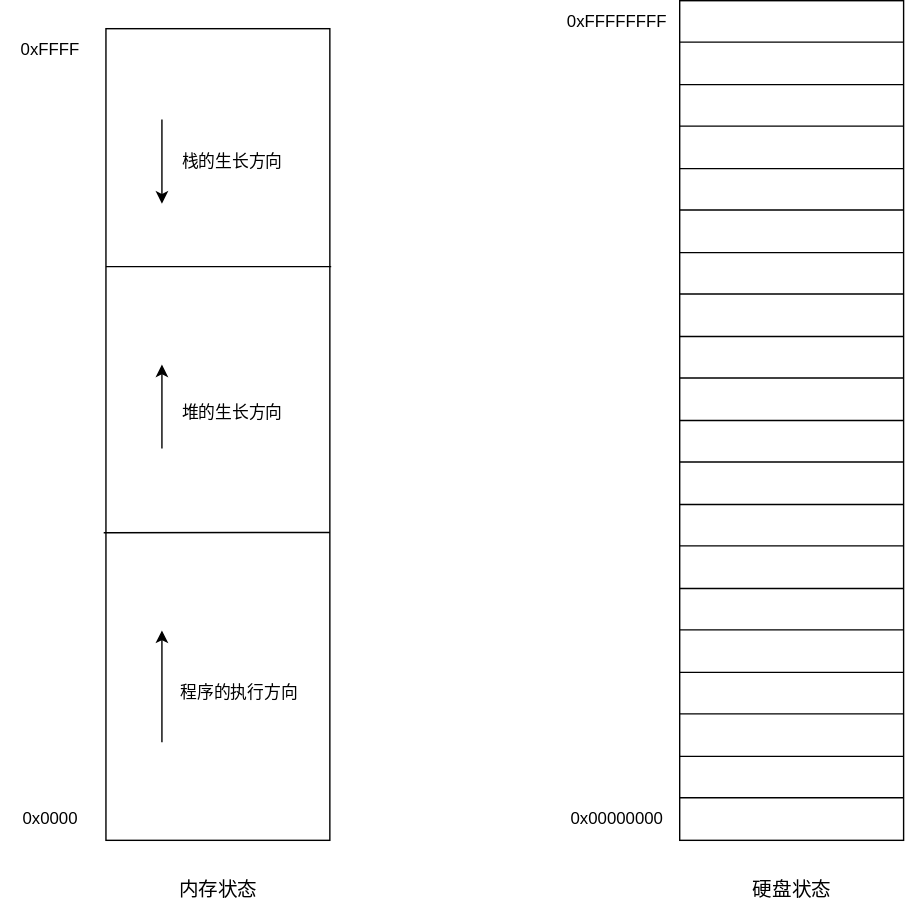
Earlier version of the draw.io export docs/_static/images/illustration-of-stack-and-heap.svg (zhyantao/docs). Source tidied: cells renumbered, new cells last; positions are measured from the earlier drawing's top-left corner, leaving out a move shared by most shapes.
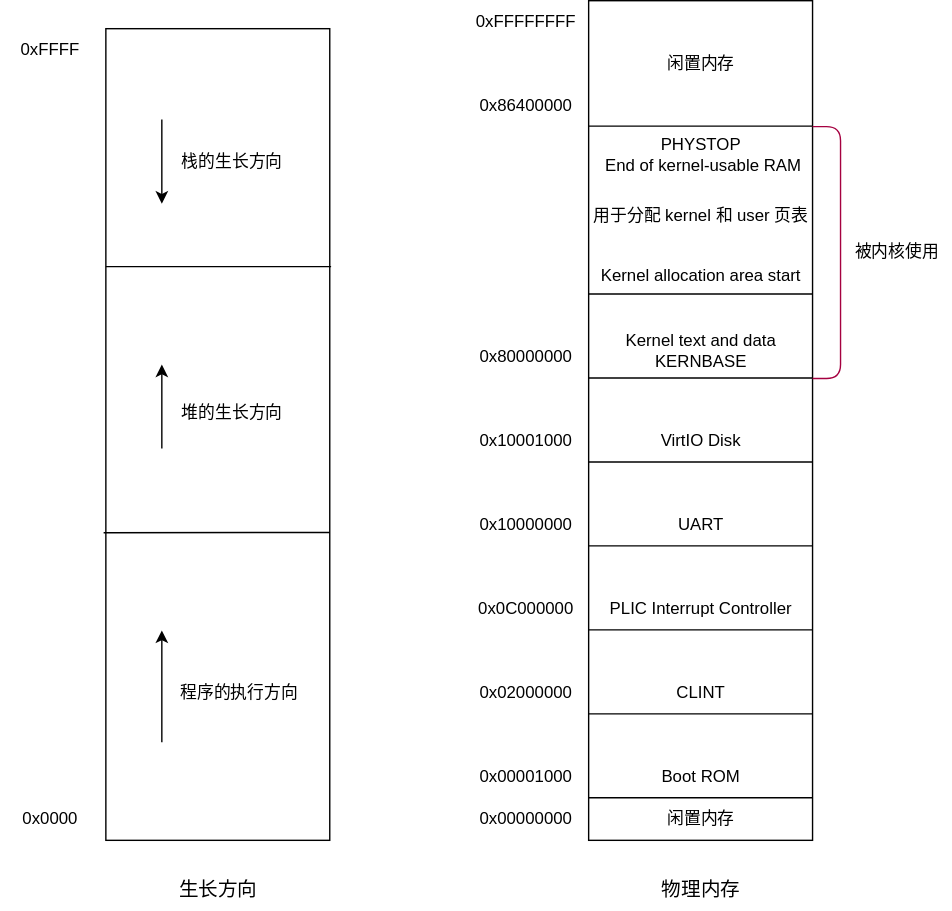
The same diagram one commit later.

The edit, as a diff of the source:
```diff
@@ -49,134 +49,128 @@
     <mxCell id="12" value="程序的执行方向" style="text;html=1;align=center;verticalAlign=middle;strokeColor=none;fillColor=none;" parent="1" vertex="1">
       <mxGeometry x="115" y="480" width="110" height="30" as="geometry" />
     </mxCell>
-    <mxCell id="13" value="内存状态" style="text;html=1;align=center;verticalAlign=middle;strokeColor=none;fillColor=none;fontSize=14;" parent="1" vertex="1">
+    <mxCell id="13" value="生长方向" style="text;html=1;align=center;verticalAlign=middle;strokeColor=none;fillColor=none;fontSize=14;" parent="1" vertex="1">
       <mxGeometry x="115" y="620" width="80" height="30" as="geometry" />
     </mxCell>
     <mxCell id="14" style="rounded=0;whiteSpace=wrap;html=1;" parent="1" vertex="1">
-      <mxGeometry x="485" width="160" height="600" as="geometry" />
+      <mxGeometry x="420" width="160" height="600" as="geometry" />
     </mxCell>
-    <mxCell id="15" value="0x00000000" style="text;html=1;align=center;verticalAlign=middle;strokeColor=none;fillColor=none;" parent="1" vertex="1">
-      <mxGeometry x="395" y="570" width="90" height="30" as="geometry" />
+    <mxCell id="15" value="0x00001000" style="text;html=1;align=center;verticalAlign=middle;strokeColor=none;fillColor=none;" parent="1" vertex="1">
+      <mxGeometry x="330" y="540" width="90" height="30" as="geometry" />
     </mxCell>
     <mxCell id="16" value="0xFFFFFFFF" style="text;html=1;align=center;verticalAlign=middle;strokeColor=none;fillColor=none;" parent="1" vertex="1">
-      <mxGeometry x="395" width="90" height="30" as="geometry" />
+      <mxGeometry x="330" width="90" height="30" as="geometry" />
     </mxCell>
-    <mxCell id="17" value="硬盘状态" style="text;html=1;align=center;verticalAlign=middle;strokeColor=none;fillColor=none;fontSize=14;" parent="1" vertex="1">
-      <mxGeometry x="525" y="620" width="80" height="30" as="geometry" />
+    <mxCell id="17" value="物理内存" style="text;html=1;align=center;verticalAlign=middle;strokeColor=none;fillColor=none;fontSize=14;" parent="1" vertex="1">
+      <mxGeometry x="460" y="620" width="80" height="30" as="geometry" />
     </mxCell>
-    <mxCell id="18" style="endArrow=none;html=1;rounded=0;" parent="1" edge="1">
-      <mxGeometry relative="1" as="geometry">
-        <mxPoint x="485" y="540" as="sourcePoint" />
-        <mxPoint x="645" y="540" as="targetPoint" />
-      </mxGeometry>
-    </mxCell>
     <mxCell id="19" style="endArrow=none;html=1;rounded=0;" parent="1" edge="1">
       <mxGeometry relative="1" as="geometry">
-        <mxPoint x="485" y="569.6" as="sourcePoint" />
-        <mxPoint x="645" y="569.6" as="targetPoint" />
+        <mxPoint x="420" y="569.6" as="sourcePoint" />
+        <mxPoint x="580" y="569.6" as="targetPoint" />
       </mxGeometry>
     </mxCell>
-    <mxCell id="20" style="endArrow=none;html=1;rounded=0;" parent="1" edge="1">
-      <mxGeometry relative="1" as="geometry">
-        <mxPoint x="485" y="480" as="sourcePoint" />
-        <mxPoint x="645" y="480" as="targetPoint" />
-      </mxGeometry>
-    </mxCell>
     <mxCell id="21" style="endArrow=none;html=1;rounded=0;" parent="1" edge="1">
       <mxGeometry relative="1" as="geometry">
-        <mxPoint x="485" y="509.6" as="sourcePoint" />
-        <mxPoint x="645" y="509.6" as="targetPoint" />
+        <mxPoint x="420" y="509.6" as="sourcePoint" />
+        <mxPoint x="580" y="509.6" as="targetPoint" />
       </mxGeometry>
     </mxCell>
-    <mxCell id="22" style="endArrow=none;html=1;rounded=0;" parent="1" edge="1">
-      <mxGeometry relative="1" as="geometry">
-        <mxPoint x="485" y="420" as="sourcePoint" />
-        <mxPoint x="645" y="420" as="targetPoint" />
-      </mxGeometry>
-    </mxCell>
     <mxCell id="23" style="endArrow=none;html=1;rounded=0;" parent="1" edge="1">
       <mxGeometry relative="1" as="geometry">
-        <mxPoint x="485" y="449.6" as="sourcePoint" />
-        <mxPoint x="645" y="449.6" as="targetPoint" />
+        <mxPoint x="420" y="449.6" as="sourcePoint" />
+        <mxPoint x="580" y="449.6" as="targetPoint" />
       </mxGeometry>
     </mxCell>
-    <mxCell id="24" style="endArrow=none;html=1;rounded=0;" parent="1" edge="1">
-      <mxGeometry relative="1" as="geometry">
-        <mxPoint x="485" y="360" as="sourcePoint" />
-        <mxPoint x="645" y="360" as="targetPoint" />
-      </mxGeometry>
-    </mxCell>
     <mxCell id="25" style="endArrow=none;html=1;rounded=0;" parent="1" edge="1">
       <mxGeometry relative="1" as="geometry">
-        <mxPoint x="485" y="389.6" as="sourcePoint" />
-        <mxPoint x="645" y="389.6" as="targetPoint" />
+        <mxPoint x="420" y="389.6" as="sourcePoint" />
+        <mxPoint x="580" y="389.6" as="targetPoint" />
       </mxGeometry>
     </mxCell>
-    <mxCell id="26" style="endArrow=none;html=1;rounded=0;" parent="1" edge="1">
-      <mxGeometry relative="1" as="geometry">
-        <mxPoint x="485" y="300" as="sourcePoint" />
-        <mxPoint x="645" y="300" as="targetPoint" />
-      </mxGeometry>
-    </mxCell>
     <mxCell id="27" style="endArrow=none;html=1;rounded=0;" parent="1" edge="1">
       <mxGeometry relative="1" as="geometry">
-        <mxPoint x="485" y="329.6" as="sourcePoint" />
-        <mxPoint x="645" y="329.6" as="targetPoint" />
+        <mxPoint x="420" y="329.6" as="sourcePoint" />
+        <mxPoint x="580" y="329.6" as="targetPoint" />
       </mxGeometry>
     </mxCell>
-    <mxCell id="28" style="endArrow=none;html=1;rounded=0;" parent="1" edge="1">
-      <mxGeometry relative="1" as="geometry">
-        <mxPoint x="485" y="240" as="sourcePoint" />
-        <mxPoint x="645" y="240" as="targetPoint" />
-      </mxGeometry>
-    </mxCell>
     <mxCell id="29" style="endArrow=none;html=1;rounded=0;" parent="1" edge="1">
       <mxGeometry relative="1" as="geometry">
-        <mxPoint x="485" y="269.6" as="sourcePoint" />
-        <mxPoint x="645" y="269.6" as="targetPoint" />
+        <mxPoint x="420" y="269.6" as="sourcePoint" />
+        <mxPoint x="580" y="269.6" as="targetPoint" />
       </mxGeometry>
     </mxCell>
-    <mxCell id="30" style="endArrow=none;html=1;rounded=0;" parent="1" edge="1">
-      <mxGeometry relative="1" as="geometry">
-        <mxPoint x="485" y="180" as="sourcePoint" />
-        <mxPoint x="645" y="180" as="targetPoint" />
-      </mxGeometry>
-    </mxCell>
     <mxCell id="31" style="endArrow=none;html=1;rounded=0;" parent="1" edge="1">
       <mxGeometry relative="1" as="geometry">
-        <mxPoint x="485" y="209.6" as="sourcePoint" />
-        <mxPoint x="645" y="209.6" as="targetPoint" />
+        <mxPoint x="420" y="209.6" as="sourcePoint" />
+        <mxPoint x="580" y="209.6" as="targetPoint" />
       </mxGeometry>
     </mxCell>
-    <mxCell id="32" style="endArrow=none;html=1;rounded=0;" parent="1" edge="1">
-      <mxGeometry relative="1" as="geometry">
-        <mxPoint x="485" y="120" as="sourcePoint" />
-        <mxPoint x="645" y="120" as="targetPoint" />
-      </mxGeometry>
-    </mxCell>
-    <mxCell id="33" style="endArrow=none;html=1;rounded=0;" parent="1" edge="1">
-      <mxGeometry relative="1" as="geometry">
-        <mxPoint x="485" y="149.6" as="sourcePoint" />
-        <mxPoint x="645" y="149.6" as="targetPoint" />
-      </mxGeometry>
-    </mxCell>
-    <mxCell id="34" style="endArrow=none;html=1;rounded=0;" parent="1" edge="1">
-      <mxGeometry relative="1" as="geometry">
-        <mxPoint x="485" y="60" as="sourcePoint" />
-        <mxPoint x="645" y="60" as="targetPoint" />
-      </mxGeometry>
-    </mxCell>
     <mxCell id="35" style="endArrow=none;html=1;rounded=0;" parent="1" edge="1">
       <mxGeometry relative="1" as="geometry">
-        <mxPoint x="485" y="89.6" as="sourcePoint" />
-        <mxPoint x="645" y="89.6" as="targetPoint" />
+        <mxPoint x="420" y="89.6" as="sourcePoint" />
+        <mxPoint x="580" y="89.6" as="targetPoint" />
       </mxGeometry>
     </mxCell>
-    <mxCell id="36" style="endArrow=none;html=1;rounded=0;" parent="1" edge="1">
-      <mxGeometry relative="1" as="geometry">
-        <mxPoint x="485" y="29.6" as="sourcePoint" />
-        <mxPoint x="645" y="29.6" as="targetPoint" />
-      </mxGeometry>
-    </mxCell>
+    <mxCell id="37" value="0x02000000" style="text;html=1;align=center;verticalAlign=middle;strokeColor=none;fillColor=none;" parent="1" vertex="1">
+      <mxGeometry x="330" y="480" width="90" height="30" as="geometry" />
+    </mxCell>
+    <mxCell id="38" value="0x0C000000" style="text;html=1;align=center;verticalAlign=middle;strokeColor=none;fillColor=none;" parent="1" vertex="1">
+      <mxGeometry x="330" y="420" width="90" height="30" as="geometry" />
+    </mxCell>
+    <mxCell id="39" value="0x10000000" style="text;html=1;align=center;verticalAlign=middle;strokeColor=none;fillColor=none;" parent="1" vertex="1">
+      <mxGeometry x="330" y="360" width="90" height="30" as="geometry" />
+    </mxCell>
+    <mxCell id="40" value="0x10001000" style="text;html=1;align=center;verticalAlign=middle;strokeColor=none;fillColor=none;" parent="1" vertex="1">
+      <mxGeometry x="330" y="300" width="90" height="30" as="geometry" />
+    </mxCell>
+    <mxCell id="41" value="0x80000000" style="text;html=1;align=center;verticalAlign=middle;strokeColor=none;fillColor=none;" parent="1" vertex="1">
+      <mxGeometry x="330" y="240" width="90" height="30" as="geometry" />
+    </mxCell>
+    <mxCell id="42" value="闲置内存" style="text;html=1;align=center;verticalAlign=middle;strokeColor=none;fillColor=none;" parent="1" vertex="1">
+      <mxGeometry x="465" y="570" width="70" height="30" as="geometry" />
+    </mxCell>
+    <mxCell id="43" value="Boot ROM" style="text;html=1;align=center;verticalAlign=middle;strokeColor=none;fillColor=none;" parent="1" vertex="1">
+      <mxGeometry x="460" y="540" width="80" height="30" as="geometry" />
+    </mxCell>
+    <mxCell id="44" value="CLINT" style="text;html=1;align=center;verticalAlign=middle;strokeColor=none;fillColor=none;" parent="1" vertex="1">
+      <mxGeometry x="470" y="480" width="60" height="30" as="geometry" />
+    </mxCell>
+    <mxCell id="45" value="PLIC Interrupt Controller" style="text;html=1;align=center;verticalAlign=middle;strokeColor=none;fillColor=none;" parent="1" vertex="1">
+      <mxGeometry x="425" y="420" width="150" height="30" as="geometry" />
+    </mxCell>
+    <mxCell id="46" value="UART" style="text;html=1;align=center;verticalAlign=middle;strokeColor=none;fillColor=none;" parent="1" vertex="1">
+      <mxGeometry x="470" y="360" width="60" height="30" as="geometry" />
+    </mxCell>
+    <mxCell id="47" value="VirtIO Disk" style="text;html=1;align=center;verticalAlign=middle;strokeColor=none;fillColor=none;" parent="1" vertex="1">
+      <mxGeometry x="460" y="300" width="80" height="30" as="geometry" />
+    </mxCell>
+    <mxCell id="48" value="&lt;div&gt;Kernel text and data&lt;/div&gt;KERNBASE" style="text;html=1;align=center;verticalAlign=middle;strokeColor=none;fillColor=none;" parent="1" vertex="1">
+      <mxGeometry x="435" y="230" width="130" height="40" as="geometry" />
+    </mxCell>
+    <mxCell id="49" value="&lt;div&gt;&lt;br&gt;&lt;/div&gt;&lt;div&gt;Kernel allocation&amp;nbsp;&lt;span style=&quot;background-color: transparent; color: light-dark(rgb(0, 0, 0), rgb(255, 255, 255));&quot;&gt;area start&lt;/span&gt;&lt;/div&gt;" style="text;html=1;align=center;verticalAlign=middle;strokeColor=none;fillColor=none;" parent="1" vertex="1">
+      <mxGeometry x="415" y="169" width="170" height="40" as="geometry" />
+    </mxCell>
+    <mxCell id="50" value="&lt;div&gt;PHYSTOP&lt;br&gt;&amp;nbsp;End of&amp;nbsp;&lt;span style=&quot;background-color: transparent; color: light-dark(rgb(0, 0, 0), rgb(255, 255, 255));&quot;&gt;kernel-usable RAM&lt;/span&gt;&lt;/div&gt;" style="text;html=1;align=center;verticalAlign=middle;strokeColor=none;fillColor=none;" parent="1" vertex="1">
+      <mxGeometry x="415" y="90" width="170" height="40" as="geometry" />
+    </mxCell>
+    <mxCell id="51" value="0x00000000" style="text;html=1;align=center;verticalAlign=middle;strokeColor=none;fillColor=none;" parent="1" vertex="1">
+      <mxGeometry x="330" y="570" width="90" height="30" as="geometry" />
+    </mxCell>
+    <mxCell id="52" style="shape=curlyBracket;whiteSpace=wrap;html=1;rounded=1;flipH=1;labelPosition=right;verticalLabelPosition=middle;align=left;verticalAlign=middle;size=0;fillColor=#d80073;strokeColor=#A50040;fontColor=#ffffff;" parent="1" vertex="1">
+      <mxGeometry x="580" y="90" width="20" height="180" as="geometry" />
+    </mxCell>
+    <mxCell id="53" value="被内核使用" style="text;html=1;align=center;verticalAlign=middle;strokeColor=none;fillColor=none;" parent="1" vertex="1">
+      <mxGeometry x="600" y="165" width="80" height="30" as="geometry" />
+    </mxCell>
+    <mxCell id="54" value="0x86400000" style="text;html=1;align=center;verticalAlign=middle;strokeColor=none;fillColor=none;" parent="1" vertex="1">
+      <mxGeometry x="330" y="60" width="90" height="30" as="geometry" />
+    </mxCell>
+    <mxCell id="55" value="闲置内存" style="text;html=1;align=center;verticalAlign=middle;strokeColor=none;fillColor=none;" parent="1" vertex="1">
+      <mxGeometry x="465" y="30" width="70" height="30" as="geometry" />
+    </mxCell>
+    <mxCell id="56" value="用于分配 kernel 和 user 页表" style="text;html=1;align=center;verticalAlign=middle;strokeColor=none;fillColor=none;" parent="1" vertex="1">
+      <mxGeometry x="410" y="139" width="180" height="30" as="geometry" />
+    </mxCell>
   </root>
 </mxGraphModel>
```
